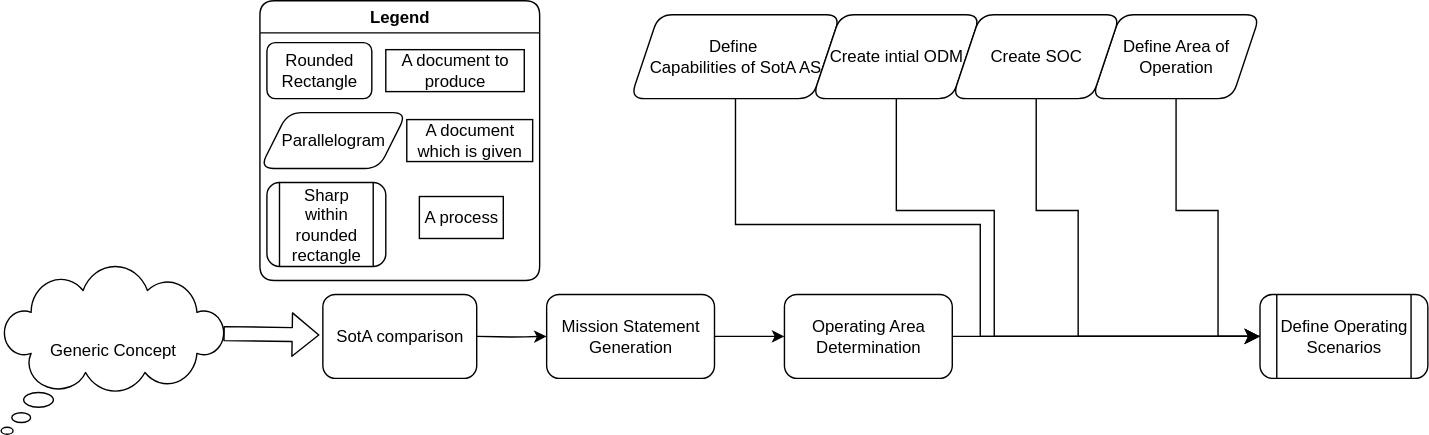
TortoiseFather/sacred-site keeps this draw.io diagram as public/diagrams/Step-1.svg. Above is the earlier version. Source tidied: cells renumbered, new cells last; positions are measured from the earlier drawing's top-left corner, leaving out a move shared by most shapes.
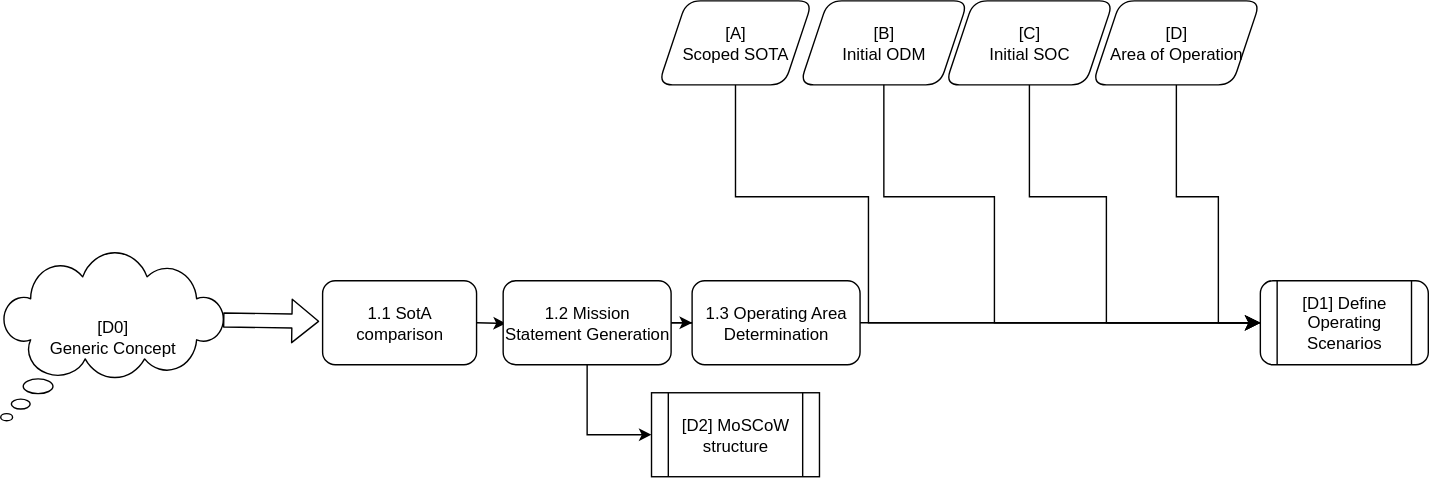
The same file after the commit.

The edit, as a diff of the source:
```diff
@@ -2,7 +2,7 @@
   <root>
     <mxCell id="0" />
     <mxCell id="1" parent="0" />
-    <mxCell id="2" value="Generic Concept" style="whiteSpace=wrap;html=1;shape=mxgraph.basic.cloud_callout;rounded=1;fontColor=#000000;fillColor=#FFFFFF;strokeColor=#000000;" parent="1" vertex="1">
+    <mxCell id="2" value="[D0]&lt;div&gt;Generic Concept&lt;/div&gt;" style="whiteSpace=wrap;html=1;shape=mxgraph.basic.cloud_callout;rounded=1;fontColor=#000000;fillColor=#FFFFFF;strokeColor=#000000;" parent="1" vertex="1">
       <mxGeometry y="190" width="160" height="120" as="geometry" />
     </mxCell>
     <mxCell id="3" style="shape=flexArrow;endArrow=classic;html=1;rounded=1;exitX=0.993;exitY=0.4;exitDx=0;exitDy=0;exitPerimeter=0;entryX=-0.022;entryY=0.483;entryDx=0;entryDy=0;entryPerimeter=0;strokeColor=#000000;" parent="1" edge="1" source="2" target="9">
@@ -18,30 +18,36 @@
         <mxPoint x="560" y="240" as="targetPoint" />
       </mxGeometry>
     </mxCell>
+    <mxCell id="26" style="edgeStyle=orthogonalEdgeStyle;rounded=0;jettySize=auto;html=1;entryX=0;entryY=0.5;entryDx=0;entryDy=0;strokeColor=#000000;" parent="1" edge="1" source="6" target="11">
+      <mxGeometry relative="1" as="geometry" />
+    </mxCell>
+    <mxCell id="27" style="edgeStyle=orthogonalEdgeStyle;rounded=0;jettySize=auto;html=1;entryX=0;entryY=0.5;entryDx=0;entryDy=0;strokeColor=#000000;" parent="1" edge="1" source="6" target="28">
+      <mxGeometry relative="1" as="geometry" />
+    </mxCell>
-    <mxCell id="6" value="Mission Statement Generation" style="whiteSpace=wrap;html=1;rounded=1;strokeColor=#000000;fontColor=#000000;fillColor=#FFFFFF;" parent="1" vertex="1">
-      <mxGeometry x="390" y="210" width="120" height="60" as="geometry" />
+    <mxCell id="6" value="1.2 Mission Statement Generation" style="whiteSpace=wrap;html=1;rounded=1;strokeColor=#000000;fontColor=#000000;fillColor=#FFFFFF;" parent="1" vertex="1">
+      <mxGeometry x="359" y="210" width="120" height="60" as="geometry" />
     </mxCell>
     <mxCell id="7" style="edgeStyle=none;curved=0;rounded=0;jettySize=auto;html=1;entryX=0;entryY=0.5;entryDx=0;entryDy=0;fontSize=12;startSize=8;endSize=8;strokeColor=#000000;" parent="1" edge="1" source="8">
       <mxGeometry relative="1" as="geometry">
         <mxPoint x="960" y="240" as="targetPoint" />
         <Array as="points">
-          <mxPoint x="525" y="160" />
-          <mxPoint x="700" y="160" />
-          <mxPoint x="700" y="240" />
+          <mxPoint x="525" y="150" />
+          <mxPoint x="620" y="150" />
+          <mxPoint x="620" y="240" />
         </Array>
       </mxGeometry>
     </mxCell>
-    <mxCell id="8" value="&lt;div&gt;Define&amp;nbsp;&lt;/div&gt;&lt;div&gt;Capabilities of SotA AS&lt;/div&gt;" style="shape=parallelogram;perimeter=parallelogramPerimeter;whiteSpace=wrap;html=1;fixedSize=1;rounded=1;strokeColor=#000000;fontColor=#000000;fillColor=#FFFFFF;" parent="1" vertex="1">
-      <mxGeometry x="450" y="10" width="150" height="60" as="geometry" />
+    <mxCell id="8" value="&lt;div&gt;&lt;span style=&quot;color: rgb(0, 0, 0);&quot;&gt;[A]&lt;/span&gt;&lt;/div&gt;&lt;div&gt;&lt;span style=&quot;color: rgb(0, 0, 0);&quot;&gt;Scoped SOTA&lt;/span&gt;&lt;/div&gt;" style="shape=parallelogram;perimeter=parallelogramPerimeter;whiteSpace=wrap;html=1;fixedSize=1;rounded=1;strokeColor=#000000;fontColor=#000000;fillColor=#FFFFFF;" parent="1" vertex="1">
+      <mxGeometry x="470" y="10" width="110" height="60" as="geometry" />
     </mxCell>
-    <mxCell id="9" value="SotA comparison" style="rounded=1;whiteSpace=wrap;html=1;strokeColor=#000000;fontColor=#000000;fillColor=#FFFFFF;" parent="1" vertex="1">
+    <mxCell id="9" value="1.1 SotA comparison" style="rounded=1;whiteSpace=wrap;html=1;strokeColor=#000000;fontColor=#000000;fillColor=#FFFFFF;" parent="1" vertex="1">
       <mxGeometry x="230" y="210" width="110" height="60" as="geometry" />
     </mxCell>
     <mxCell id="10" style="edgeStyle=none;curved=1;rounded=1;jettySize=auto;html=1;entryX=0;entryY=0.5;entryDx=0;entryDy=0;fontSize=12;startSize=8;endSize=8;strokeColor=#000000;" parent="1" edge="1" source="11" target="14">
       <mxGeometry relative="1" as="geometry" />
     </mxCell>
-    <mxCell id="11" value="Operating Area Determination" style="rounded=1;whiteSpace=wrap;html=1;strokeColor=#000000;fontColor=#000000;fillColor=#FFFFFF;" parent="1" vertex="1">
-      <mxGeometry x="560" y="210" width="120" height="60" as="geometry" />
+    <mxCell id="11" value="1.3 Operating Area Determination" style="rounded=1;whiteSpace=wrap;html=1;strokeColor=#000000;fontColor=#000000;fillColor=#FFFFFF;" parent="1" vertex="1">
+      <mxGeometry x="494" y="210" width="120" height="60" as="geometry" />
     </mxCell>
     <mxCell id="12" style="edgeStyle=none;curved=0;rounded=0;jettySize=auto;html=1;entryX=0;entryY=0.5;entryDx=0;entryDy=0;fontSize=12;startSize=8;endSize=8;strokeColor=#000000;" parent="1" edge="1" source="13">
       <mxGeometry relative="1" as="geometry">
@@ -53,56 +59,38 @@
         </Array>
       </mxGeometry>
     </mxCell>
-    <mxCell id="13" value="Define Area of Operation" style="shape=parallelogram;perimeter=parallelogramPerimeter;whiteSpace=wrap;html=1;fixedSize=1;rounded=1;strokeColor=#000000;fontColor=#000000;fillColor=#FFFFFF;" parent="1" vertex="1">
+    <mxCell id="13" value="[D]&lt;div&gt;&lt;span style=&quot;color: rgb(0, 0, 0);&quot;&gt;Area of Operation&lt;/span&gt;&lt;/div&gt;" style="shape=parallelogram;perimeter=parallelogramPerimeter;whiteSpace=wrap;html=1;fixedSize=1;rounded=1;strokeColor=#000000;fontColor=#000000;fillColor=#FFFFFF;" parent="1" vertex="1">
       <mxGeometry x="780" y="10" width="120" height="60" as="geometry" />
     </mxCell>
-    <mxCell id="14" value="Define Operating Scenarios" style="shape=process;whiteSpace=wrap;html=1;backgroundOutline=1;rounded=1;strokeColor=#000000;fontColor=#000000;fillColor=#FFFFFF;" parent="1" vertex="1">
+    <mxCell id="14" value="[D1] Define Operating Scenarios" style="shape=process;whiteSpace=wrap;html=1;backgroundOutline=1;rounded=1;strokeColor=#000000;fontColor=#000000;fillColor=#FFFFFF;" parent="1" vertex="1">
       <mxGeometry x="900" y="210" width="120" height="60" as="geometry" />
     </mxCell>
-    <mxCell id="15" value="Create intial ODM" style="shape=parallelogram;perimeter=parallelogramPerimeter;whiteSpace=wrap;html=1;fixedSize=1;rounded=1;strokeColor=#000000;fontColor=#000000;fillColor=#FFFFFF;" parent="1" vertex="1">
-      <mxGeometry x="580" y="10" width="120" height="60" as="geometry" />
+    <mxCell id="15" value="&lt;div&gt;&lt;span style=&quot;color: rgb(0, 0, 0);&quot;&gt;[B]&lt;/span&gt;&lt;/div&gt;&lt;div&gt;&lt;span style=&quot;color: rgb(0, 0, 0);&quot;&gt;Initial ODM&lt;/span&gt;&lt;/div&gt;" style="shape=parallelogram;perimeter=parallelogramPerimeter;whiteSpace=wrap;html=1;fixedSize=1;rounded=1;strokeColor=#000000;fontColor=#000000;fillColor=#FFFFFF;" parent="1" vertex="1">
+      <mxGeometry x="571" y="10" width="120" height="60" as="geometry" />
     </mxCell>
     <mxCell id="16" style="edgeStyle=none;curved=0;rounded=0;jettySize=auto;html=1;exitX=0.5;exitY=1;exitDx=0;exitDy=0;entryX=0;entryY=0.5;entryDx=0;entryDy=0;fontSize=12;startSize=8;endSize=8;strokeColor=#000000;" parent="1" edge="1" source="17" target="14">
       <mxGeometry relative="1" as="geometry">
         <Array as="points">
-          <mxPoint x="740" y="150" />
-          <mxPoint x="770" y="150" />
-          <mxPoint x="770" y="240" />
+          <mxPoint x="735" y="150" />
+          <mxPoint x="790" y="150" />
+          <mxPoint x="790" y="240" />
         </Array>
       </mxGeometry>
     </mxCell>
-    <mxCell id="17" value="Create SOC" style="shape=parallelogram;perimeter=parallelogramPerimeter;whiteSpace=wrap;html=1;fixedSize=1;rounded=1;strokeColor=#000000;fontColor=#000000;fillColor=#FFFFFF;" parent="1" vertex="1">
-      <mxGeometry x="680" y="10" width="120" height="60" as="geometry" />
+    <mxCell id="17" value="&lt;span style=&quot;color: rgb(0, 0, 0);&quot;&gt;[C]&lt;/span&gt;&lt;div&gt;&lt;span style=&quot;color: rgb(0, 0, 0);&quot;&gt;Initial SOC&lt;/span&gt;&lt;/div&gt;" style="shape=parallelogram;perimeter=parallelogramPerimeter;whiteSpace=wrap;html=1;fixedSize=1;rounded=1;strokeColor=#000000;fontColor=#000000;fillColor=#FFFFFF;" parent="1" vertex="1">
+      <mxGeometry x="675" y="10" width="120" height="60" as="geometry" />
     </mxCell>
     <mxCell id="18" style="endArrow=classic;html=1;rounded=0;fontSize=12;startSize=8;endSize=8;curved=0;exitX=0.5;exitY=1;exitDx=0;exitDy=0;entryX=0;entryY=0.5;entryDx=0;entryDy=0;strokeColor=#000000;" parent="1" edge="1" source="15" target="14">
       <mxGeometry relative="1" as="geometry">
         <Array as="points">
-          <mxPoint x="640" y="150" />
+          <mxPoint x="631" y="150" />
           <mxPoint x="710" y="150" />
           <mxPoint x="710" y="240" />
         </Array>
       </mxGeometry>
     </mxCell>
-    <mxCell id="19" value="Legend" style="swimlane;whiteSpace=wrap;html=1;rounded=1;strokeColor=#000000;" parent="1" vertex="1">
-      <mxGeometry x="185" width="200" height="200" as="geometry" />
-    </mxCell>
-    <mxCell id="20" value="Rounded Rectangle" style="rounded=1;whiteSpace=wrap;html=1;strokeColor=#000000;fontColor=#000000;fillColor=#FFFFFF;" parent="19" vertex="1">
-      <mxGeometry x="5" y="30" width="75" height="40" as="geometry" />
-    </mxCell>
-    <mxCell id="21" value="A document to produce" style="text;html=1;align=center;verticalAlign=middle;whiteSpace=wrap;rounded=0;strokeColor=#000000;fillColor=#FFFFFF;fontColor=#000000;" parent="19" vertex="1">
-      <mxGeometry x="90" y="35" width="99" height="30" as="geometry" />
-    </mxCell>
-    <mxCell id="22" value="Parallelogram" style="shape=parallelogram;perimeter=parallelogramPerimeter;whiteSpace=wrap;html=1;fixedSize=1;rounded=1;strokeColor=#000000;fontColor=#000000;fillColor=#FFFFFF;" parent="19" vertex="1">
-      <mxGeometry y="80" width="105" height="40" as="geometry" />
-    </mxCell>
-    <mxCell id="23" value="A document which is given" style="text;html=1;align=center;verticalAlign=middle;whiteSpace=wrap;rounded=0;strokeColor=#000000;fillColor=#FFFFFF;fontColor=#000000;" parent="19" vertex="1">
-      <mxGeometry x="105" y="85" width="90" height="30" as="geometry" />
-    </mxCell>
-    <mxCell id="24" value="Sharp within rounded rectangle" style="shape=process;whiteSpace=wrap;html=1;backgroundOutline=1;rounded=1;strokeColor=#000000;fontColor=#000000;fillColor=#FFFFFF;" parent="19" vertex="1">
-      <mxGeometry x="5" y="130" width="85" height="60" as="geometry" />
-    </mxCell>
-    <mxCell id="25" value="A process" style="text;html=1;align=center;verticalAlign=middle;whiteSpace=wrap;rounded=0;strokeColor=#000000;fillColor=#FFFFFF;fontColor=#000000;" parent="19" vertex="1">
-      <mxGeometry x="114" y="140" width="60" height="30" as="geometry" />
-    </mxCell>
+    <mxCell id="28" value="&lt;div&gt;&lt;span style=&quot;color: rgb(0, 0, 0);&quot;&gt;[D2] MoSCoW structure&lt;/span&gt;&lt;/div&gt;" style="shape=process;whiteSpace=wrap;html=1;backgroundOutline=1;fillColor=#FFFFFF;strokeColor=#000000;" parent="1" vertex="1">
+      <mxGeometry x="465" y="290" width="120" height="60" as="geometry" />
+    </mxCell>
   </root>
 </mxGraphModel>
```
